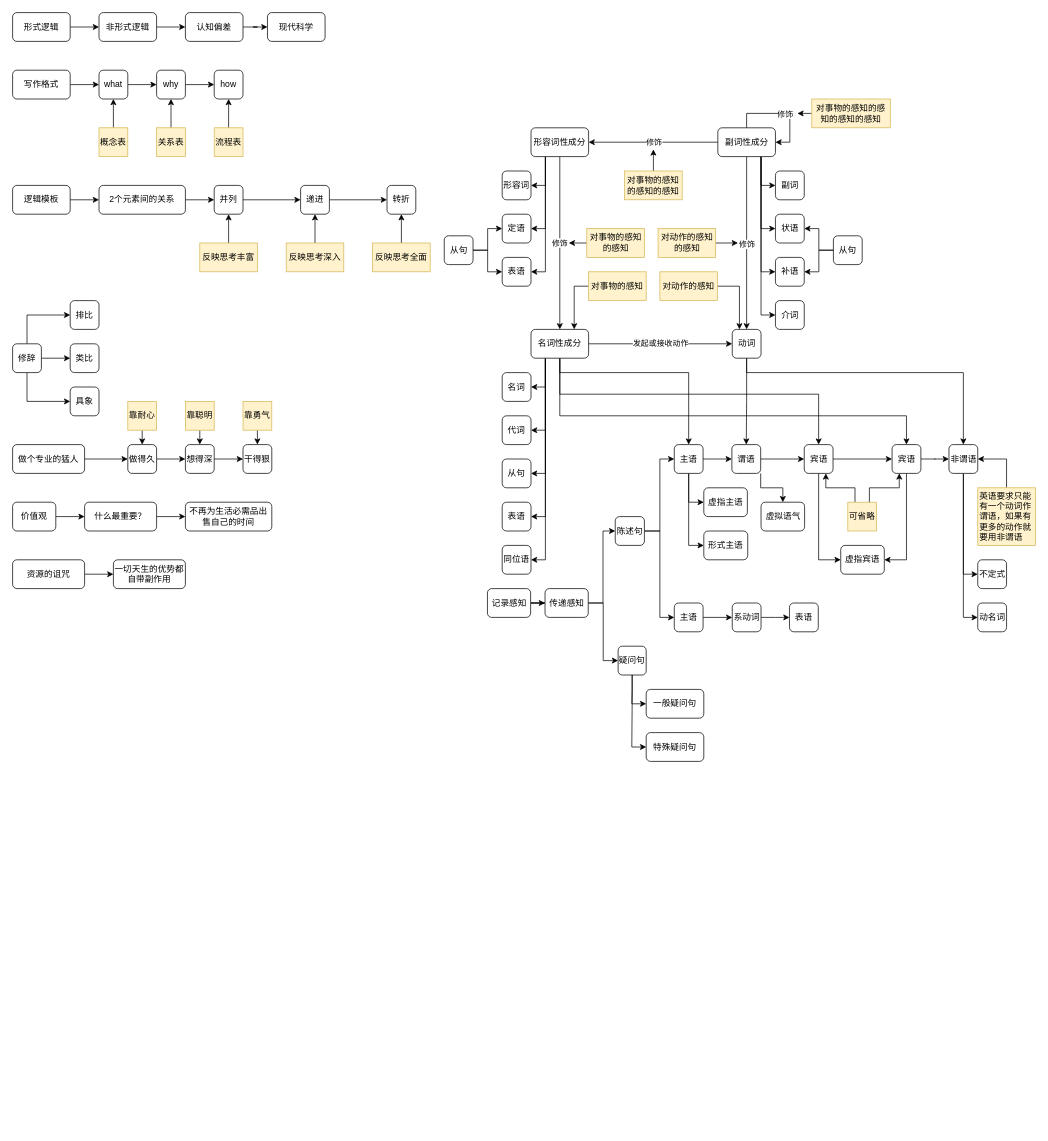
The draw.io diagram 语言文字.drawio in yanhanfrontend/draw.io.workspace, before the edit. Source tidied: cells renumbered, new cells numbered last; positions are measured from the earlier drawing's top-left corner, leaving out a move shared by most shapes. Both pictures are drawn from the tidied source at 72%, with x=0, y=0 at pixel (12, 12).
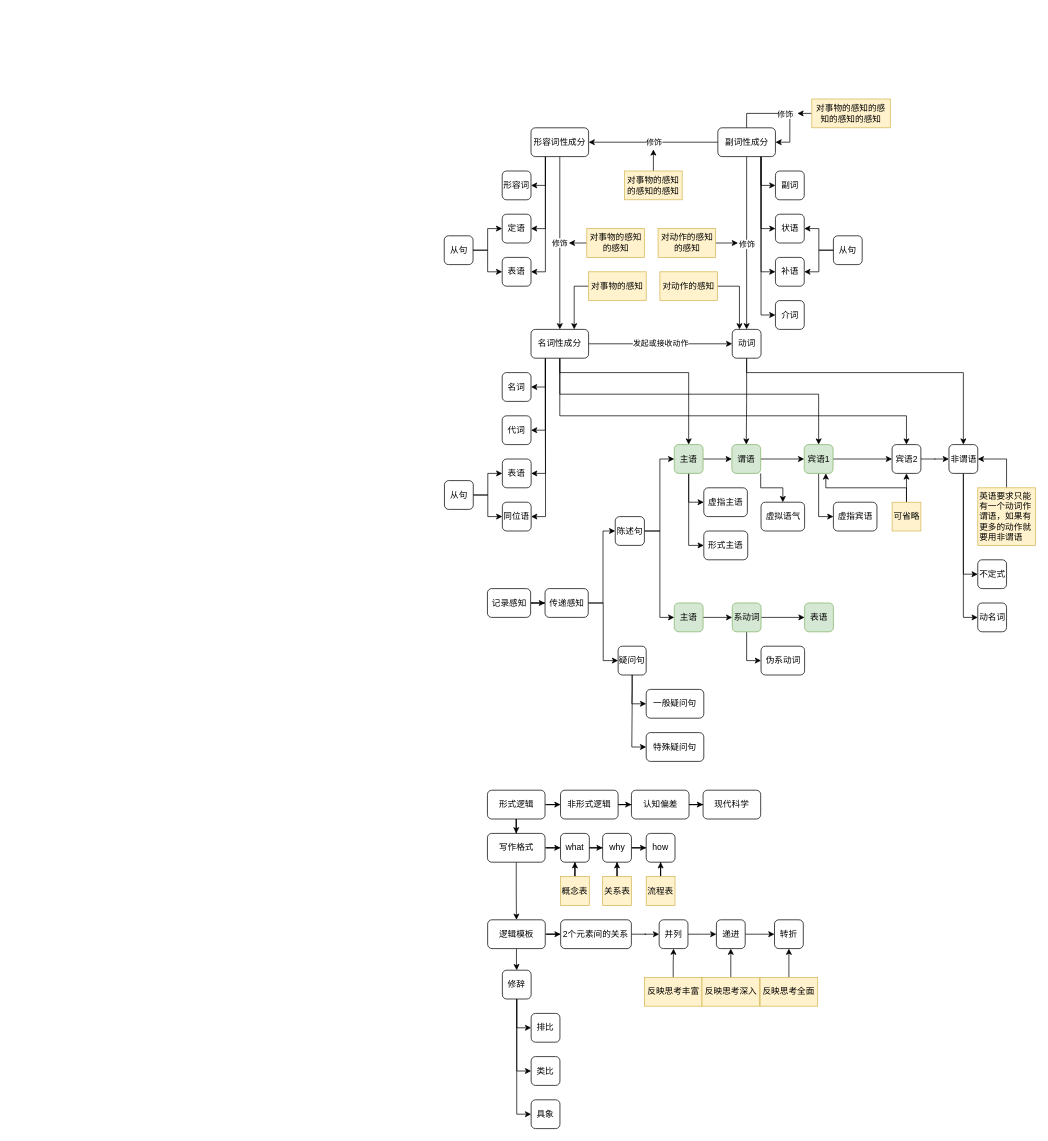
The same diagram, later.

Commit message:
更新语言文字.drawio

The change refers to these unchanged cells:
```xml
<mxCell id="125" value="名词性成分" style="rounded=1;whiteSpace=wrap;html=1;" parent="1" vertex="1">
  <mxGeometry x="720" y="440" width="80" height="40" as="geometry" />
</mxCell>
```

What changed in the source:
```diff
@@
     <mxCell id="3" value="并列" style="rounded=1;whiteSpace=wrap;html=1;" parent="1" vertex="1">
-      <mxGeometry x="280" y="240" width="40" height="40" as="geometry" />
+      <mxGeometry x="898" y="1260" width="40" height="40" as="geometry" />
     </mxCell>
@@
     <mxCell id="5" value="递进" style="rounded=1;whiteSpace=wrap;html=1;" parent="1" vertex="1">
-      <mxGeometry x="400" y="240" width="40" height="40" as="geometry" />
+      <mxGeometry x="977.5" y="1260" width="40" height="40" as="geometry" />
     </mxCell>
     <mxCell id="6" value="转折" style="rounded=1;whiteSpace=wrap;html=1;" parent="1" vertex="1">
-      <mxGeometry x="520" y="240" width="40" height="40" as="geometry" />
+      <mxGeometry x="1058.2" y="1260" width="40" height="40" as="geometry" />
     </mxCell>
@@
     <mxCell id="8" value="反映思考丰富" style="text;html=1;align=center;verticalAlign=middle;whiteSpace=wrap;rounded=0;fillColor=#fff2cc;strokeColor=#d6b656;" parent="1" vertex="1">
-      <mxGeometry x="260" y="320" width="80" height="40" as="geometry" />
+      <mxGeometry x="877.5" y="1340" width="80" height="40" as="geometry" />
     </mxCell>
@@
     <mxCell id="10" value="反映思考深入" style="text;html=1;align=center;verticalAlign=middle;whiteSpace=wrap;rounded=0;fillColor=#fff2cc;strokeColor=#d6b656;" parent="1" vertex="1">
-      <mxGeometry x="380" y="320" width="80" height="40" as="geometry" />
+      <mxGeometry x="957.5" y="1340" width="80" height="40" as="geometry" />
     </mxCell>
@@
     <mxCell id="12" value="反映思考全面" style="text;html=1;align=center;verticalAlign=middle;whiteSpace=wrap;rounded=0;fillColor=#fff2cc;strokeColor=#d6b656;" parent="1" vertex="1">
-      <mxGeometry x="500" y="320" width="80" height="40" as="geometry" />
+      <mxGeometry x="1038.2" y="1340" width="80" height="40" as="geometry" />
     </mxCell>
@@
+    <mxCell id="169" style="edgeStyle=orthogonalEdgeStyle;rounded=0;jettySize=auto;html=1;exitX=0.5;exitY=1;exitDx=0;exitDy=0;" parent="1" edge="1" source="14" target="21">
+      <mxGeometry relative="1" as="geometry" />
+    </mxCell>
     <mxCell id="14" value="写作格式" style="rounded=1;whiteSpace=wrap;html=1;" parent="1" vertex="1">
-      <mxGeometry y="80" width="80" height="40" as="geometry" />
+      <mxGeometry x="659.5" y="1140" width="80" height="40" as="geometry" />
     </mxCell>
@@
     <mxCell id="16" value="what" style="rounded=1;whiteSpace=wrap;html=1;" parent="1" vertex="1">
-      <mxGeometry x="120" y="80" width="40" height="40" as="geometry" />
+      <mxGeometry x="761" y="1140" width="40" height="40" as="geometry" />
     </mxCell>
@@
     <mxCell id="18" value="why" style="rounded=1;whiteSpace=wrap;html=1;" parent="1" vertex="1">
-      <mxGeometry x="200" y="80" width="40" height="40" as="geometry" />
+      <mxGeometry x="819.5" y="1140" width="40" height="40" as="geometry" />
     </mxCell>
     <mxCell id="19" value="how" style="rounded=1;whiteSpace=wrap;html=1;" parent="1" vertex="1">
-      <mxGeometry x="280" y="80" width="40" height="40" as="geometry" />
+      <mxGeometry x="880" y="1140" width="40" height="40" as="geometry" />
     </mxCell>
@@
+    <mxCell id="170" style="edgeStyle=orthogonalEdgeStyle;rounded=0;jettySize=auto;html=1;exitX=0.5;exitY=1;exitDx=0;exitDy=0;" parent="1" edge="1" source="21" target="57">
+      <mxGeometry relative="1" as="geometry" />
+    </mxCell>
     <mxCell id="21" value="逻辑模板" style="rounded=1;whiteSpace=wrap;html=1;" parent="1" vertex="1">
-      <mxGeometry y="240" width="80" height="40" as="geometry" />
+      <mxGeometry x="659.8" y="1260" width="80" height="40" as="geometry" />
     </mxCell>
@@
     <mxCell id="23" value="概念表" style="text;html=1;align=center;verticalAlign=middle;whiteSpace=wrap;rounded=0;fillColor=#fff2cc;strokeColor=#d6b656;" parent="1" vertex="1">
-      <mxGeometry x="120" y="160" width="40" height="40" as="geometry" />
+      <mxGeometry x="761" y="1200" width="40" height="40" as="geometry" />
     </mxCell>
@@
     <mxCell id="25" value="关系表" style="text;html=1;align=center;verticalAlign=middle;whiteSpace=wrap;rounded=0;fillColor=#fff2cc;strokeColor=#d6b656;" parent="1" vertex="1">
-      <mxGeometry x="200" y="160" width="40" height="40" as="geometry" />
+      <mxGeometry x="819.5" y="1200" width="40" height="40" as="geometry" />
     </mxCell>
@@
     <mxCell id="27" value="流程表" style="text;html=1;align=center;verticalAlign=middle;whiteSpace=wrap;rounded=0;fillColor=#fff2cc;strokeColor=#d6b656;" parent="1" vertex="1">
-      <mxGeometry x="280" y="160" width="40" height="40" as="geometry" />
+      <mxGeometry x="880" y="1200" width="40" height="40" as="geometry" />
     </mxCell>
@@
+    <mxCell id="171" style="edgeStyle=orthogonalEdgeStyle;rounded=0;jettySize=auto;html=1;exitX=0.5;exitY=1;exitDx=0;exitDy=0;" parent="1" edge="1" source="42" target="14">
+      <mxGeometry relative="1" as="geometry" />
+    </mxCell>
     <mxCell id="42" value="形式逻辑" style="rounded=1;whiteSpace=wrap;html=1;" parent="1" vertex="1">
-      <mxGeometry width="80" height="40" as="geometry" />
+      <mxGeometry x="659.5" y="1080" width="80" height="40" as="geometry" />
     </mxCell>
@@
     <mxCell id="44" value="非形式逻辑" style="rounded=1;whiteSpace=wrap;html=1;" parent="1" vertex="1">
-      <mxGeometry x="120" width="80" height="40" as="geometry" />
+      <mxGeometry x="761" y="1080" width="80" height="40" as="geometry" />
     </mxCell>
@@
     <mxCell id="46" value="认知偏差" style="rounded=1;whiteSpace=wrap;html=1;" parent="1" vertex="1">
-      <mxGeometry x="240" width="80" height="40" as="geometry" />
+      <mxGeometry x="859.5" y="1080" width="80" height="40" as="geometry" />
     </mxCell>
@@
     <mxCell id="52" value="2个元素间的关系" style="rounded=1;whiteSpace=wrap;html=1;" parent="1" vertex="1">
-      <mxGeometry x="120" y="240" width="120" height="40" as="geometry" />
+      <mxGeometry x="761.2" y="1260" width="98.2" height="40" as="geometry" />
     </mxCell>
     <mxCell id="53" value="现代科学" style="rounded=1;whiteSpace=wrap;html=1;" parent="1" vertex="1">
-      <mxGeometry x="354" width="80" height="40" as="geometry" />
+      <mxGeometry x="959" y="1080" width="80" height="40" as="geometry" />
     </mxCell>
-    <mxCell id="54" style="edgeStyle=orthogonalEdgeStyle;rounded=0;jettySize=auto;html=1;exitX=0.5;exitY=0;exitDx=0;exitDy=0;entryX=0;entryY=0.5;entryDx=0;entryDy=0;" parent="1" edge="1" source="57" target="58">
+    <mxCell id="54" style="edgeStyle=orthogonalEdgeStyle;rounded=0;jettySize=auto;html=1;exitX=0.5;exitY=1;exitDx=0;exitDy=0;entryX=0;entryY=0.5;entryDx=0;entryDy=0;" parent="1" edge="1" source="57" target="58">
       <mxGeometry relative="1" as="geometry" />
     </mxCell>
@@
-    <mxCell id="56" style="edgeStyle=orthogonalEdgeStyle;rounded=0;jettySize=auto;html=1;" parent="1" edge="1" source="57" target="59">
+    <mxCell id="56" style="edgeStyle=orthogonalEdgeStyle;rounded=0;jettySize=auto;html=1;entryX=0;entryY=0.5;entryDx=0;entryDy=0;" parent="1" edge="1" source="57" target="59">
       <mxGeometry relative="1" as="geometry" />
     </mxCell>
     <mxCell id="57" value="修辞" style="rounded=1;whiteSpace=wrap;html=1;" parent="1" vertex="1">
-      <mxGeometry y="460" width="40" height="40" as="geometry" />
+      <mxGeometry x="680.2" y="1330" width="40" height="40" as="geometry" />
     </mxCell>
     <mxCell id="58" value="排比" style="rounded=1;whiteSpace=wrap;html=1;" parent="1" vertex="1">
-      <mxGeometry x="80" y="400" width="40" height="40" as="geometry" />
+      <mxGeometry x="720.2" y="1390" width="40" height="40" as="geometry" />
     </mxCell>
     <mxCell id="59" value="类比" style="rounded=1;whiteSpace=wrap;html=1;" parent="1" vertex="1">
-      <mxGeometry x="80" y="460" width="40" height="40" as="geometry" />
+      <mxGeometry x="720.2" y="1450" width="40" height="40" as="geometry" />
     </mxCell>
     <mxCell id="60" value="具象" style="rounded=1;whiteSpace=wrap;html=1;" parent="1" vertex="1">
-      <mxGeometry x="80" y="520" width="40" height="40" as="geometry" />
+      <mxGeometry x="720.2" y="1510" width="40" height="40" as="geometry" />
     </mxCell>
-    <mxCell id="61" style="edgeStyle=orthogonalEdgeStyle;rounded=0;jettySize=auto;html=1;" parent="1" edge="1" source="62" target="64">
-      <mxGeometry relative="1" as="geometry" />
-    </mxCell>
-    <mxCell id="62" value="做个专业的猛人" style="rounded=1;whiteSpace=wrap;html=1;" parent="1" vertex="1">
-      <mxGeometry y="600" width="100" height="40" as="geometry" />
-    </mxCell>
-    <mxCell id="63" style="edgeStyle=orthogonalEdgeStyle;rounded=0;jettySize=auto;html=1;" parent="1" edge="1" source="64" target="66">
-      <mxGeometry relative="1" as="geometry" />
-    </mxCell>
-    <mxCell id="64" value="做得久" style="rounded=1;whiteSpace=wrap;html=1;" parent="1" vertex="1">
-      <mxGeometry x="160" y="600" width="40" height="40" as="geometry" />
-    </mxCell>
-    <mxCell id="65" style="edgeStyle=orthogonalEdgeStyle;rounded=0;jettySize=auto;html=1;" parent="1" edge="1" source="66" target="67">
-      <mxGeometry relative="1" as="geometry" />
-    </mxCell>
-    <mxCell id="66" value="想得深" style="rounded=1;whiteSpace=wrap;html=1;" parent="1" vertex="1">
-      <mxGeometry x="240" y="600" width="40" height="40" as="geometry" />
-    </mxCell>
-    <mxCell id="67" value="干得狠" style="rounded=1;whiteSpace=wrap;html=1;" parent="1" vertex="1">
-      <mxGeometry x="320" y="600" width="40" height="40" as="geometry" />
-    </mxCell>
-    <mxCell id="68" style="edgeStyle=orthogonalEdgeStyle;rounded=0;jettySize=auto;html=1;" parent="1" edge="1" source="69" target="71">
-      <mxGeometry relative="1" as="geometry" />
-    </mxCell>
-    <mxCell id="69" value="价值观" style="rounded=1;whiteSpace=wrap;html=1;" parent="1" vertex="1">
-      <mxGeometry y="680" width="60" height="40" as="geometry" />
-    </mxCell>
-    <mxCell id="70" style="edgeStyle=orthogonalEdgeStyle;rounded=0;jettySize=auto;html=1;" parent="1" edge="1" source="71" target="72">
-      <mxGeometry relative="1" as="geometry" />
-    </mxCell>
-    <mxCell id="71" value="什么最重要？" style="rounded=1;whiteSpace=wrap;html=1;" parent="1" vertex="1">
-      <mxGeometry x="100" y="680" width="100" height="40" as="geometry" />
-    </mxCell>
-    <mxCell id="72" value="不再为生活必需品出售自己的时间" style="rounded=1;whiteSpace=wrap;html=1;" parent="1" vertex="1">
-      <mxGeometry x="240" y="680" width="120" height="40" as="geometry" />
-    </mxCell>
-    <mxCell id="73" style="edgeStyle=orthogonalEdgeStyle;rounded=0;jettySize=auto;html=1;" parent="1" edge="1" source="74" target="75">
-      <mxGeometry relative="1" as="geometry" />
-    </mxCell>
-    <mxCell id="74" value="资源的诅咒" style="rounded=1;whiteSpace=wrap;html=1;" parent="1" vertex="1">
-      <mxGeometry y="760" width="100" height="40" as="geometry" />
-    </mxCell>
-    <mxCell id="75" value="一切天生的优势都自带副作用" style="rounded=1;whiteSpace=wrap;html=1;" parent="1" vertex="1">
-      <mxGeometry x="140" y="760" width="100" height="40" as="geometry" />
-    </mxCell>
-    <mxCell id="76" style="edgeStyle=orthogonalEdgeStyle;rounded=0;jettySize=auto;html=1;exitX=0.5;exitY=1;exitDx=0;exitDy=0;entryX=0.5;entryY=0;entryDx=0;entryDy=0;" parent="1" edge="1" source="77" target="64">
-      <mxGeometry relative="1" as="geometry" />
-    </mxCell>
-    <mxCell id="77" value="靠耐心" style="text;html=1;align=center;verticalAlign=middle;whiteSpace=wrap;rounded=0;fillColor=#fff2cc;strokeColor=#d6b656;" parent="1" vertex="1">
-      <mxGeometry x="160" y="540" width="40" height="40" as="geometry" />
-    </mxCell>
-    <mxCell id="78" style="edgeStyle=orthogonalEdgeStyle;rounded=0;jettySize=auto;html=1;exitX=0.5;exitY=1;exitDx=0;exitDy=0;entryX=0.5;entryY=0;entryDx=0;entryDy=0;" parent="1" edge="1" source="79" target="66">
-      <mxGeometry relative="1" as="geometry" />
-    </mxCell>
-    <mxCell id="79" value="靠聪明" style="text;html=1;align=center;verticalAlign=middle;whiteSpace=wrap;rounded=0;fillColor=#fff2cc;strokeColor=#d6b656;" parent="1" vertex="1">
-      <mxGeometry x="240" y="540" width="40" height="40" as="geometry" />
-    </mxCell>
-    <mxCell id="80" style="edgeStyle=orthogonalEdgeStyle;rounded=0;jettySize=auto;html=1;exitX=0.5;exitY=1;exitDx=0;exitDy=0;entryX=0.5;entryY=0;entryDx=0;entryDy=0;" parent="1" edge="1" source="81" target="67">
-      <mxGeometry relative="1" as="geometry" />
-    </mxCell>
-    <mxCell id="81" value="靠勇气" style="text;html=1;align=center;verticalAlign=middle;whiteSpace=wrap;rounded=0;fillColor=#fff2cc;strokeColor=#d6b656;" parent="1" vertex="1">
-      <mxGeometry x="320" y="540" width="40" height="40" as="geometry" />
-    </mxCell>
@@
-    <mxCell id="85" value="主语" style="rounded=1;whiteSpace=wrap;html=1;" parent="1" vertex="1">
+    <mxCell id="85" value="主语" style="rounded=1;whiteSpace=wrap;html=1;fillColor=#d5e8d4;strokeColor=#82b366;" parent="1" vertex="1">
       <mxGeometry x="919" y="600" width="40" height="40" as="geometry" />
     </mxCell>
@@
-    <mxCell id="88" value="谓语" style="rounded=1;whiteSpace=wrap;html=1;" parent="1" vertex="1">
+    <mxCell id="88" value="谓语" style="rounded=1;whiteSpace=wrap;html=1;fillColor=#d5e8d4;strokeColor=#82b366;" parent="1" vertex="1">
       <mxGeometry x="999" y="600" width="40" height="40" as="geometry" />
     </mxCell>
@@
-    <mxCell id="91" value="宾语" style="rounded=1;whiteSpace=wrap;html=1;" parent="1" vertex="1">
+    <mxCell id="91" value="宾语1" style="rounded=1;whiteSpace=wrap;html=1;fillColor=#d5e8d4;strokeColor=#82b366;" parent="1" vertex="1">
       <mxGeometry x="1099.5" y="600" width="40" height="40" as="geometry" />
     </mxCell>
@@
-    <mxCell id="93" style="edgeStyle=orthogonalEdgeStyle;rounded=0;jettySize=auto;html=1;exitX=0.5;exitY=1;exitDx=0;exitDy=0;entryX=1;entryY=0.5;entryDx=0;entryDy=0;" parent="1" edge="1" source="94" target="166">
-      <mxGeometry relative="1" as="geometry" />
-    </mxCell>
-    <mxCell id="94" value="宾语" style="rounded=1;whiteSpace=wrap;html=1;" parent="1" vertex="1">
+    <mxCell id="94" value="宾语2" style="rounded=1;whiteSpace=wrap;html=1;" parent="1" vertex="1">
       <mxGeometry x="1221.5" y="600" width="40" height="40" as="geometry" />
     </mxCell>
-    <mxCell id="95" style="edgeStyle=orthogonalEdgeStyle;rounded=0;jettySize=auto;html=1;exitX=0.25;exitY=0;exitDx=0;exitDy=0;entryX=0.75;entryY=1;entryDx=0;entryDy=0;" parent="1" edge="1" source="97" target="91">
+    <mxCell id="95" style="edgeStyle=orthogonalEdgeStyle;rounded=0;jettySize=auto;html=1;exitX=0.5;exitY=0;exitDx=0;exitDy=0;entryX=0.75;entryY=1;entryDx=0;entryDy=0;" parent="1" edge="1" source="97" target="91">
       <mxGeometry relative="1" as="geometry" />
     </mxCell>
-    <mxCell id="96" style="edgeStyle=orthogonalEdgeStyle;rounded=0;jettySize=auto;html=1;exitX=0.75;exitY=0;exitDx=0;exitDy=0;entryX=0.25;entryY=1;entryDx=0;entryDy=0;" parent="1" edge="1" source="97" target="94">
+    <mxCell id="96" style="edgeStyle=orthogonalEdgeStyle;rounded=0;jettySize=auto;html=1;exitX=0.5;exitY=0;exitDx=0;exitDy=0;entryX=0.5;entryY=1;entryDx=0;entryDy=0;" parent="1" edge="1" source="97" target="94">
       <mxGeometry relative="1" as="geometry" />
     </mxCell>
     <mxCell id="97" value="可省略" style="text;html=1;align=left;verticalAlign=middle;whiteSpace=wrap;rounded=0;fillColor=#fff2cc;strokeColor=#d6b656;" parent="1" vertex="1">
-      <mxGeometry x="1160" y="680" width="40" height="40" as="geometry" />
+      <mxGeometry x="1221.5" y="680" width="40" height="40" as="geometry" />
     </mxCell>
@@
-    <mxCell id="106" style="edgeStyle=orthogonalEdgeStyle;rounded=0;jettySize=auto;html=1;exitX=0.25;exitY=1;exitDx=0;exitDy=0;entryX=1;entryY=0.5;entryDx=0;entryDy=0;" parent="1" edge="1" source="125" target="113">
-      <mxGeometry relative="1" as="geometry" />
-    </mxCell>
@@
+    <mxCell id="172" style="edgeStyle=orthogonalEdgeStyle;rounded=0;jettySize=auto;html=1;exitX=1;exitY=0.5;exitDx=0;exitDy=0;entryX=0;entryY=0.5;entryDx=0;entryDy=0;" parent="1" edge="1" source="113" target="167">
+      <mxGeometry relative="1" as="geometry" />
+    </mxCell>
+    <mxCell id="173" style="edgeStyle=orthogonalEdgeStyle;rounded=0;jettySize=auto;html=1;exitX=1;exitY=0.5;exitDx=0;exitDy=0;entryX=0;entryY=0.5;entryDx=0;entryDy=0;" parent="1" edge="1" source="113" target="168">
+      <mxGeometry relative="1" as="geometry" />
+    </mxCell>
     <mxCell id="113" value="从句" style="rounded=1;whiteSpace=wrap;html=1;" parent="1" vertex="1">
-      <mxGeometry x="680" y="620" width="40" height="40" as="geometry" />
+      <mxGeometry x="599.8" y="650" width="40" height="40" as="geometry" />
     </mxCell>
@@
-    <mxCell id="158" value="主语" style="rounded=1;whiteSpace=wrap;html=1;" parent="1" vertex="1">
+    <mxCell id="158" value="主语" style="rounded=1;whiteSpace=wrap;html=1;fillColor=#d5e8d4;strokeColor=#82b366;" parent="1" vertex="1">
       <mxGeometry x="919" y="820" width="40" height="40" as="geometry" />
     </mxCell>
@@
+    <mxCell id="174" style="edgeStyle=orthogonalEdgeStyle;rounded=0;jettySize=auto;html=1;exitX=0.5;exitY=1;exitDx=0;exitDy=0;entryX=0;entryY=0.5;entryDx=0;entryDy=0;" parent="1" edge="1" source="160" target="175">
+      <mxGeometry relative="1" as="geometry" />
+    </mxCell>
-    <mxCell id="160" value="系动词" style="rounded=1;whiteSpace=wrap;html=1;" parent="1" vertex="1">
+    <mxCell id="160" value="系动词" style="rounded=1;whiteSpace=wrap;html=1;fillColor=#d5e8d4;strokeColor=#82b366;" parent="1" vertex="1">
       <mxGeometry x="999.5" y="820" width="40" height="40" as="geometry" />
     </mxCell>
-    <mxCell id="161" value="表语" style="rounded=1;whiteSpace=wrap;html=1;" parent="1" vertex="1">
-      <mxGeometry x="1079" y="820" width="40" height="40" as="geometry" />
+    <mxCell id="161" value="表语" style="rounded=1;whiteSpace=wrap;html=1;fillColor=#d5e8d4;strokeColor=#82b366;" parent="1" vertex="1">
+      <mxGeometry x="1100" y="820" width="40" height="40" as="geometry" />
     </mxCell>
@@
     <mxCell id="166" value="&lt;span style=&quot;text-align: left;&quot;&gt;虚指宾语&lt;/span&gt;" style="rounded=1;whiteSpace=wrap;html=1;" parent="1" vertex="1">
-      <mxGeometry x="1150.2" y="740" width="60.5" height="40" as="geometry" />
+      <mxGeometry x="1140" y="680" width="60.5" height="40" as="geometry" />
     </mxCell>
     <mxCell id="167" value="表语" style="rounded=1;whiteSpace=wrap;html=1;" parent="1" vertex="1">
-      <mxGeometry x="680" y="680" width="40" height="40" as="geometry" />
+      <mxGeometry x="680.2" y="620" width="40" height="40" as="geometry" />
     </mxCell>
     <mxCell id="168" value="同位语" style="rounded=1;whiteSpace=wrap;html=1;" parent="1" vertex="1">
-      <mxGeometry x="680" y="740" width="40" height="40" as="geometry" />
+      <mxGeometry x="680.2" y="680" width="40" height="40" as="geometry" />
     </mxCell>
+    <mxCell id="175" value="&lt;span style=&quot;text-align: left;&quot;&gt;伪系动词&lt;/span&gt;" style="rounded=1;whiteSpace=wrap;html=1;" parent="1" vertex="1">
+      <mxGeometry x="1039.5" y="880" width="60.5" height="40" as="geometry" />
+    </mxCell>
```
